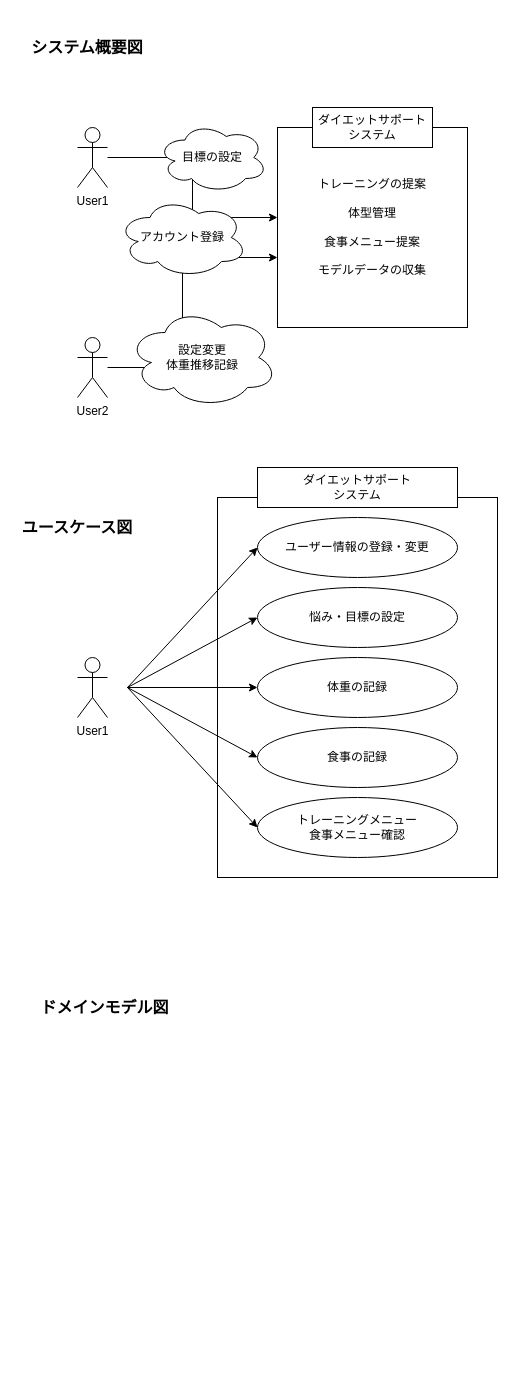
Above: tech_present_sudo.drawio in usamaru0606/tech_present_2025 (draw.io), before the change. Source tidied: cells renumbered, new cells numbered last; positions are measured from the earlier drawing's top-left corner, leaving out a move shared by most shapes. Both pictures are drawn from the tidied source at 100%, with x=0, y=0 at pixel (17, 17).
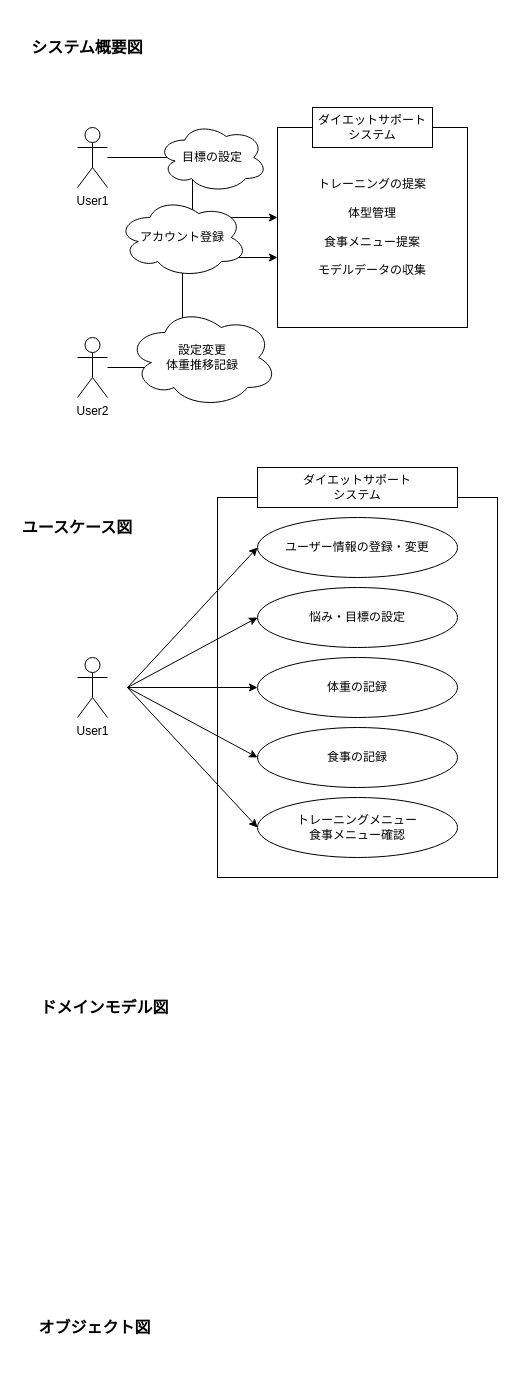
After the change.

Commit message:
今後の予定記述

Change to the diagram source:
```diff
@@
+    <mxCell id="27" value="&lt;font style=&quot;font-size: 16px;&quot;&gt;&lt;b style=&quot;&quot;&gt;オブジェクト図&lt;/b&gt;&lt;/font&gt;" style="text;html=1;align=center;verticalAlign=middle;whiteSpace=wrap;rounded=0;" parent="1" vertex="1">
+      <mxGeometry x="10" y="1280" width="135" height="60" as="geometry" />
+    </mxCell>
```
